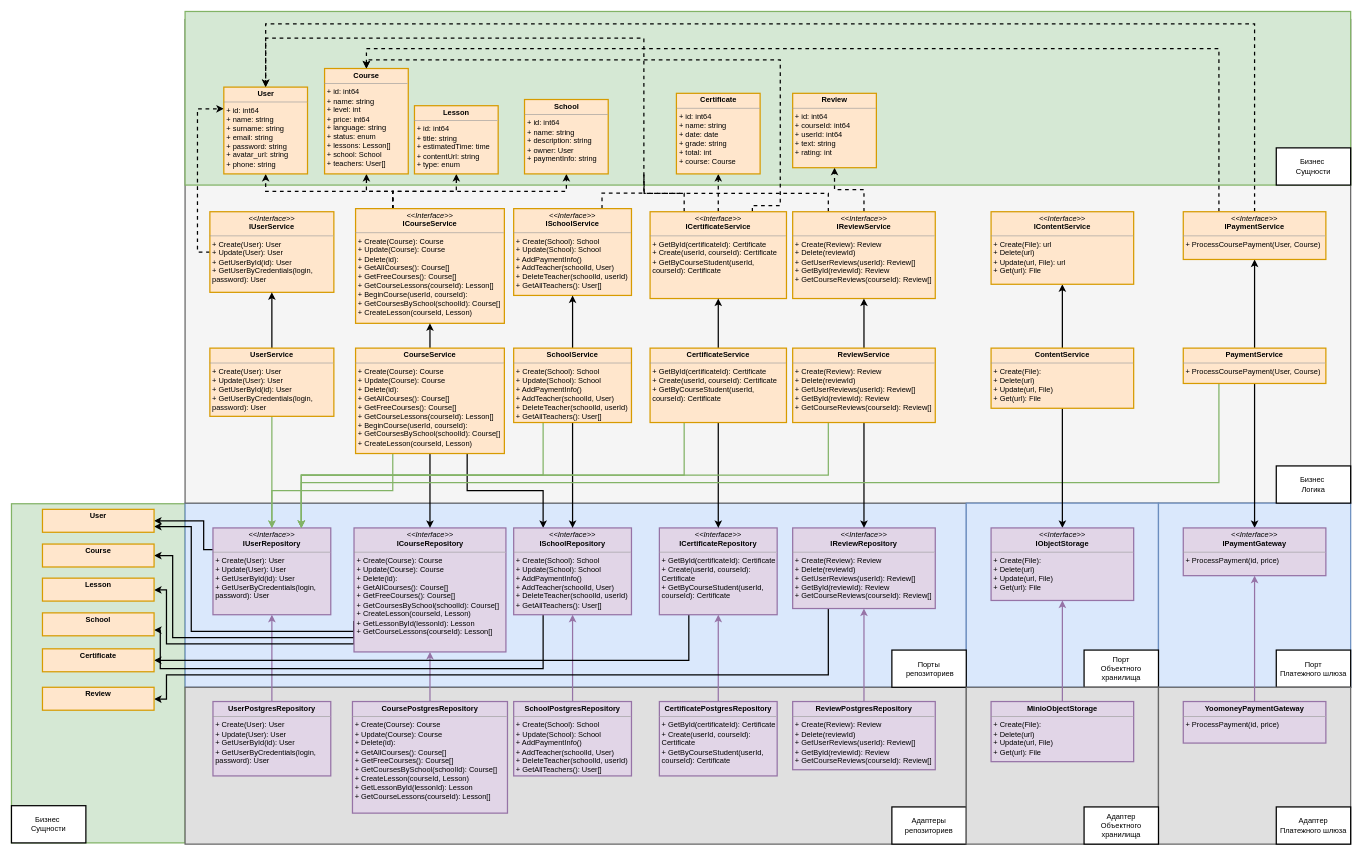
paw1a/eschool keeps this draw.io diagram as docs/images/class.drawio. Above is the earlier version. Source tidied: cells renumbered, new cells numbered last; positions are measured from the earlier drawing's top-left corner, leaving out a move shared by most shapes. Both pictures are drawn from the tidied source at 62%, with x=0, y=0 at pixel (11, 11).
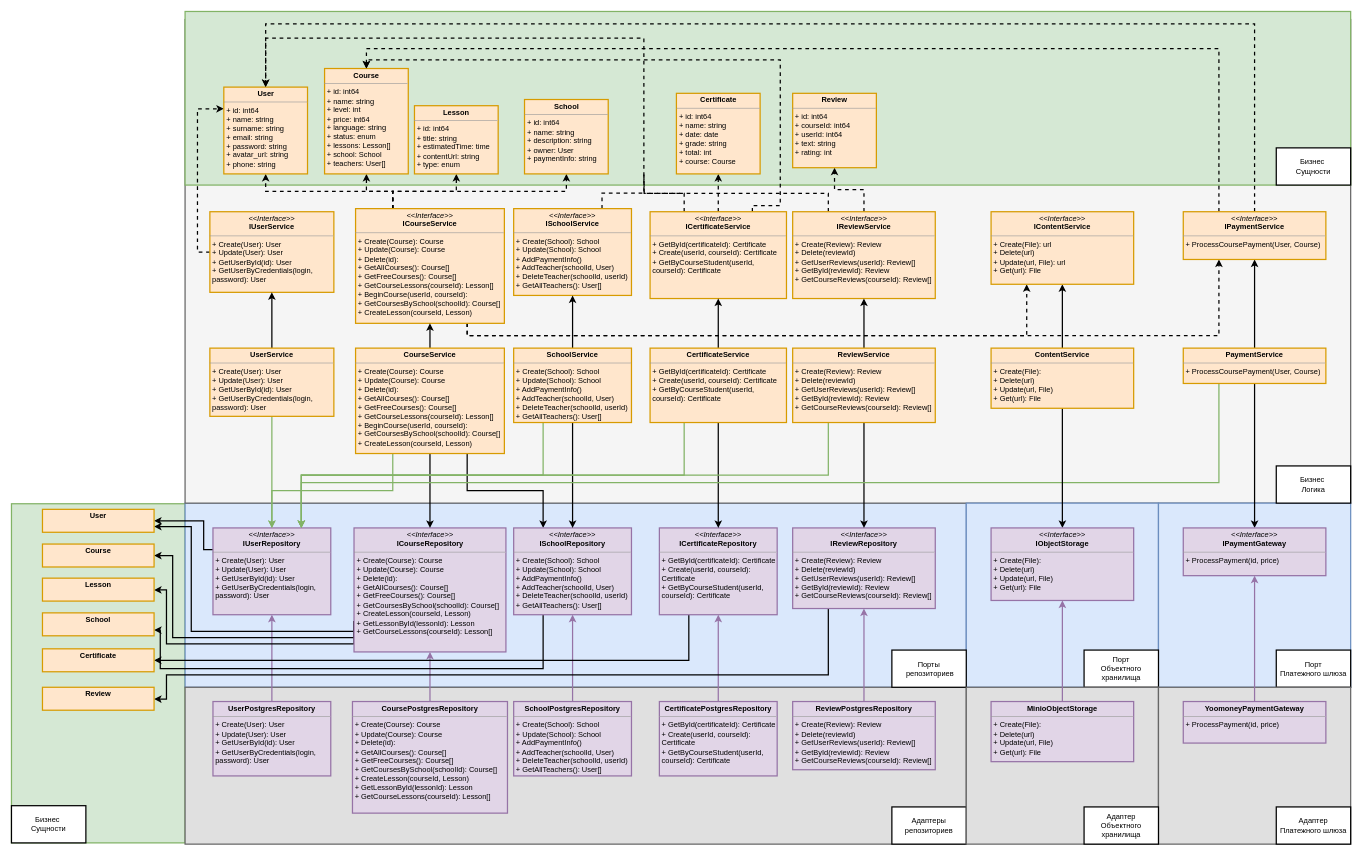
Above is the later version.

Unchanged cells that the change refers to:
```xml
<mxCell id="26" value="&lt;p style=&quot;margin:0px;margin-top:4px;text-align:center;&quot;&gt;&lt;i&gt;&amp;lt;&amp;lt;Interface&amp;gt;&amp;gt;&lt;/i&gt;&lt;br&gt;&lt;b&gt;ICourseService&lt;/b&gt;&lt;/p&gt;&lt;hr size=&quot;1&quot;&gt;&lt;p style=&quot;margin:0px;margin-left:4px;&quot;&gt;+ Create(Course): Course&lt;br&gt;+ Update(Course): Course&lt;/p&gt;&lt;p style=&quot;margin:0px;margin-left:4px;&quot;&gt;+ Delete(id):&lt;/p&gt;&lt;p style=&quot;margin:0px;margin-left:4px;&quot;&gt;+ GetAllCourses(): Course[]&lt;/p&gt;&lt;p style=&quot;margin:0px;margin-left:4px;&quot;&gt;+ GetFreeCourses(): Course[]&lt;/p&gt;&lt;p style=&quot;margin:0px;margin-left:4px;&quot;&gt;+ GetCourseLessons(courseId): Lesson[]&lt;/p&gt;&lt;p style=&quot;margin:0px;margin-left:4px;&quot;&gt;+ BeginCourse(userId, courseId):&amp;nbsp;&lt;/p&gt;&lt;p style=&quot;margin:0px;margin-left:4px;&quot;&gt;+ GetCoursesBySchool(schoolId): Course[]&lt;/p&gt;&lt;p style=&quot;margin:0px;margin-left:4px;&quot;&gt;+ CreateLesson(courseId, Lesson)&lt;/p&gt;" style="verticalAlign=top;align=left;overflow=fill;fontSize=12;fontFamily=Helvetica;html=1;whiteSpace=wrap;strokeWidth=2;fillColor=#ffe6cc;strokeColor=#d79b00;" parent="1" vertex="1">
  <mxGeometry x="555" y="318" width="240" height="185" as="geometry" />
</mxCell>
<mxCell id="97" value="&lt;p style=&quot;margin:0px;margin-top:4px;text-align:center;&quot;&gt;&lt;i&gt;&amp;lt;&amp;lt;Interface&amp;gt;&amp;gt;&lt;/i&gt;&lt;br&gt;&lt;b&gt;IContentService&lt;/b&gt;&lt;/p&gt;&lt;hr size=&quot;1&quot;&gt;&lt;p style=&quot;margin:0px;margin-left:4px;&quot;&gt;+ Create(File): url&lt;/p&gt;&lt;p style=&quot;margin:0px;margin-left:4px;&quot;&gt;&lt;span style=&quot;background-color: initial;&quot;&gt;+ Delete(url)&lt;/span&gt;&lt;/p&gt;&lt;p style=&quot;margin:0px;margin-left:4px;&quot;&gt;+ Update(url, File): url&lt;/p&gt;&lt;p style=&quot;margin:0px;margin-left:4px;&quot;&gt;+ Get(url): File&lt;/p&gt;" style="verticalAlign=top;align=left;overflow=fill;fontSize=12;fontFamily=Helvetica;html=1;whiteSpace=wrap;strokeWidth=2;fillColor=#ffe6cc;strokeColor=#d79b00;" parent="1" vertex="1">
  <mxGeometry x="1580" y="323" width="230" height="117" as="geometry" />
</mxCell>
<mxCell id="100" value="&lt;p style=&quot;margin:0px;margin-top:4px;text-align:center;&quot;&gt;&lt;i&gt;&amp;lt;&amp;lt;Interface&amp;gt;&amp;gt;&lt;/i&gt;&lt;br&gt;&lt;b&gt;IPaymentService&lt;/b&gt;&lt;/p&gt;&lt;hr size=&quot;1&quot;&gt;&lt;p style=&quot;margin:0px;margin-left:4px;&quot;&gt;+ ProcessCoursePayment(User, Course)&lt;/p&gt;" style="verticalAlign=top;align=left;overflow=fill;fontSize=12;fontFamily=Helvetica;html=1;whiteSpace=wrap;strokeWidth=2;fillColor=#ffe6cc;strokeColor=#d79b00;" parent="1" vertex="1">
  <mxGeometry x="1890" y="323" width="230" height="77" as="geometry" />
</mxCell>
```

What changed in the source:
```diff
@@
+    <mxCell id="107" style="edgeStyle=orthogonalEdgeStyle;rounded=0;jettySize=auto;html=1;exitX=0.75;exitY=1;exitDx=0;exitDy=0;entryX=0.25;entryY=1;entryDx=0;entryDy=0;dashed=1;strokeWidth=2;" parent="1" edge="1" source="26" target="97">
+      <mxGeometry relative="1" as="geometry" />
+    </mxCell>
+    <mxCell id="108" style="edgeStyle=orthogonalEdgeStyle;rounded=0;jettySize=auto;html=1;exitX=0.75;exitY=1;exitDx=0;exitDy=0;entryX=0.25;entryY=1;entryDx=0;entryDy=0;dashed=1;strokeWidth=2;" parent="1" edge="1" source="26" target="100">
+      <mxGeometry relative="1" as="geometry" />
+    </mxCell>
```
